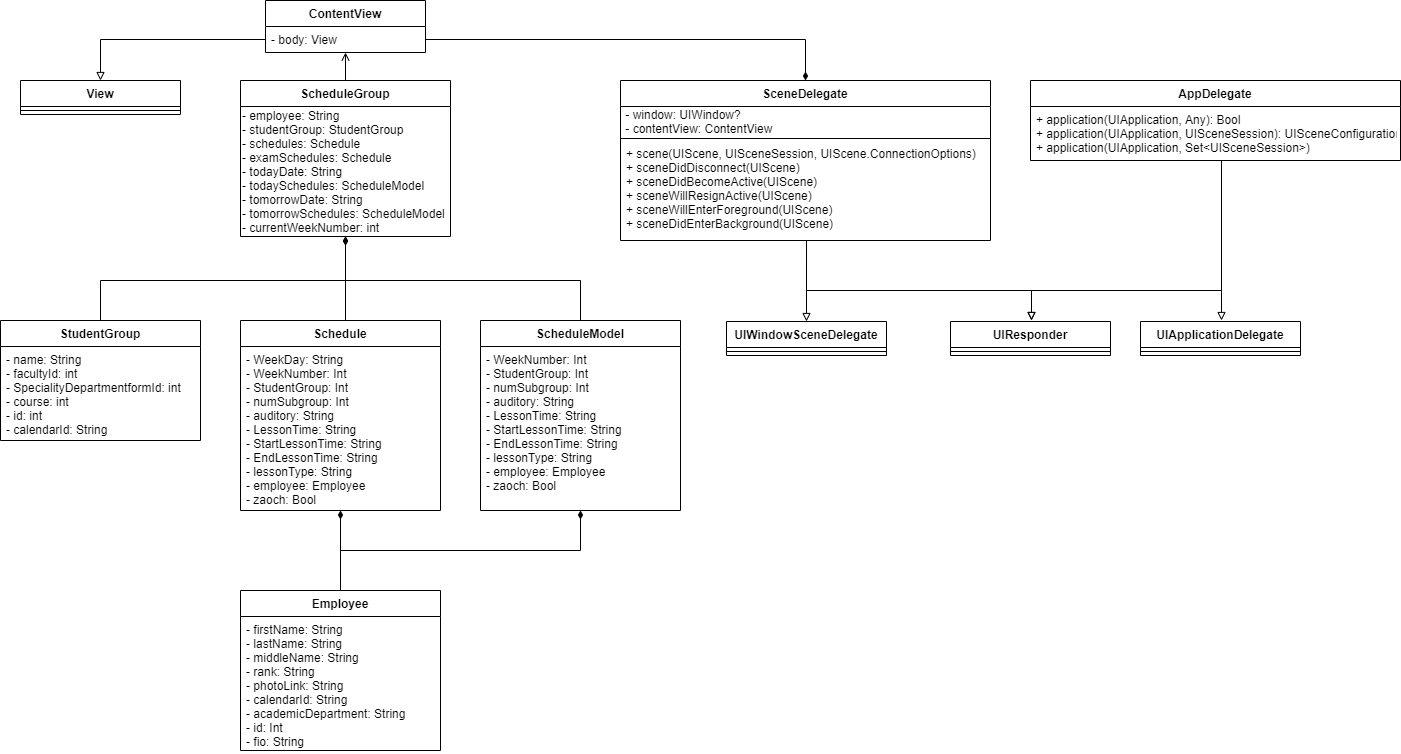
The draw.io diagram Diagrams/Class/Class.png in NightCamel/Schedule, before a commit. Source tidied: cells renumbered, new cells last; positions are measured from the earlier drawing's top-left corner, leaving out a move shared by most shapes.
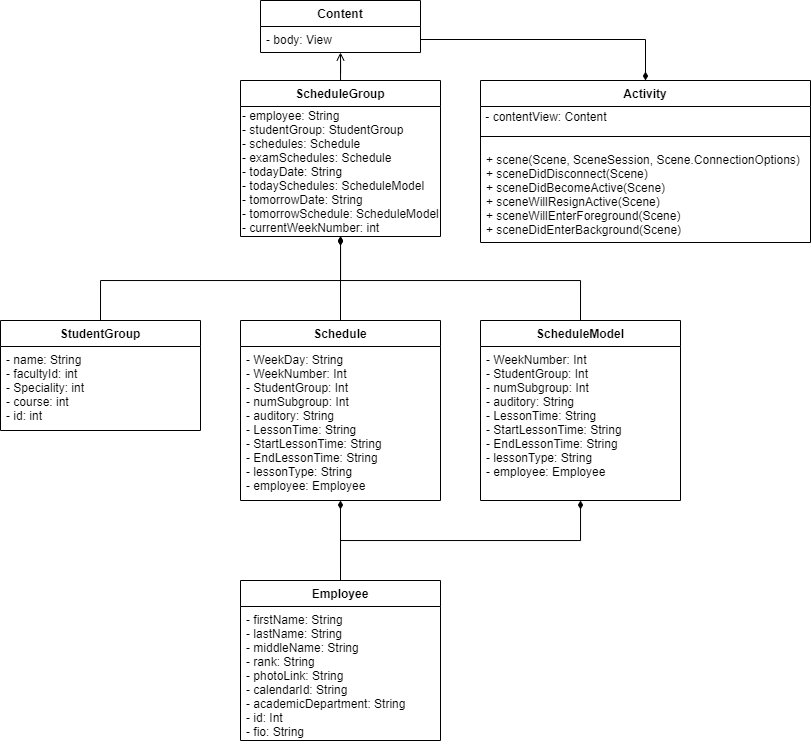
Later version of the same file.

The edit, as a diff of the source:
```diff
@@ -5,36 +5,25 @@
     <mxCell id="2" style="edgeStyle=orthogonalEdgeStyle;rounded=0;jettySize=auto;html=1;exitX=1;exitY=0.5;exitDx=0;exitDy=0;entryX=0.5;entryY=0;entryDx=0;entryDy=0;endArrow=diamondThin;endFill=1;verticalAlign=middle;" parent="1" edge="1" source="44" target="10">
       <mxGeometry relative="1" as="geometry" />
     </mxCell>
-    <mxCell id="3" style="edgeStyle=orthogonalEdgeStyle;rounded=0;jettySize=auto;html=1;exitX=0;exitY=0.5;exitDx=0;exitDy=0;entryX=0.5;entryY=0;entryDx=0;entryDy=0;endArrow=block;endFill=0;" parent="1" edge="1" source="44" target="41">
-      <mxGeometry relative="1" as="geometry" />
-    </mxCell>
     <mxCell id="4" style="edgeStyle=orthogonalEdgeStyle;rounded=0;jettySize=auto;html=1;entryX=0.5;entryY=1;entryDx=0;entryDy=0;endArrow=open;endFill=0;" parent="1" edge="1" source="27" target="43">
       <mxGeometry relative="1" as="geometry" />
     </mxCell>
-    <mxCell id="5" style="edgeStyle=orthogonalEdgeStyle;rounded=0;jettySize=auto;html=1;exitX=0.5;exitY=0;exitDx=0;exitDy=0;endArrow=diamondThin;endFill=1;entryX=0.5;entryY=1;entryDx=0;entryDy=0;" parent="1" edge="1" source="29" target="27">
+    <mxCell id="5" style="edgeStyle=orthogonalEdgeStyle;rounded=0;jettySize=auto;html=1;exitX=0.5;exitY=0;exitDx=0;exitDy=0;endArrow=diamondThin;endFill=1;" parent="1" edge="1" source="29" target="28">
       <mxGeometry relative="1" as="geometry">
         <Array as="points">
           <mxPoint x="100" y="280" />
-          <mxPoint x="345" y="280" />
+          <mxPoint x="340" y="280" />
         </Array>
       </mxGeometry>
     </mxCell>
-    <mxCell id="6" style="edgeStyle=orthogonalEdgeStyle;rounded=0;jettySize=auto;html=1;endArrow=none;endFill=0;entryX=0.501;entryY=1.001;entryDx=0;entryDy=0;entryPerimeter=0;exitX=0.5;exitY=0;exitDx=0;exitDy=0;" parent="1" edge="1" source="31" target="28">
-      <mxGeometry relative="1" as="geometry">
-        <Array as="points">
-          <mxPoint x="345" y="320" />
-          <mxPoint x="345" y="240" />
-        </Array>
-      </mxGeometry>
-    </mxCell>
     <mxCell id="7" style="edgeStyle=orthogonalEdgeStyle;rounded=0;jettySize=auto;html=1;endArrow=diamondThin;endFill=1;exitX=0.5;exitY=0;exitDx=0;exitDy=0;entryX=0.5;entryY=1;entryDx=0;entryDy=0;entryPerimeter=0;" parent="1" edge="1" source="39" target="32">
       <mxGeometry relative="1" as="geometry" />
     </mxCell>
     <mxCell id="8" style="edgeStyle=orthogonalEdgeStyle;rounded=0;jettySize=auto;html=1;endArrow=diamondThin;endFill=1;exitX=0.5;exitY=0;exitDx=0;exitDy=0;" parent="1" edge="1" source="39" target="38">
       <mxGeometry relative="1" as="geometry">
         <Array as="points">
-          <mxPoint x="340" y="550" />
-          <mxPoint x="580" y="550" />
+          <mxPoint x="340" y="540" />
+          <mxPoint x="580" y="540" />
         </Array>
       </mxGeometry>
     </mxCell>
@@ -42,104 +31,27 @@
       <mxGeometry relative="1" as="geometry">
         <Array as="points">
           <mxPoint x="580" y="280" />
-          <mxPoint x="345" y="280" />
+          <mxPoint x="340" y="280" />
         </Array>
       </mxGeometry>
     </mxCell>
-    <mxCell id="10" value="SceneDelegate" style="swimlane;fontStyle=1;align=center;verticalAlign=top;horizontal=1;startSize=26;" parent="1" vertex="1">
-      <mxGeometry x="620" y="80" width="370" height="160" as="geometry" />
-    </mxCell>
-    <mxCell id="11" value="&lt;div align=&quot;left&quot;&gt;&amp;nbsp;- window: UIWindow&lt;span class=&quot;pl-k&quot;&gt;?&lt;/span&gt;&lt;/div&gt;&lt;div&gt;&amp;nbsp;- contentView: &lt;span class=&quot;pl-c1&quot;&gt;ContentView&lt;/span&gt;&lt;/div&gt;" style="text;html=1;align=left;verticalAlign=middle;" parent="10" vertex="1">
-      <mxGeometry y="26" width="370" height="30" as="geometry" />
-    </mxCell>
-    <mxCell id="12" style="line;strokeWidth=1;fillColor=none;align=left;verticalAlign=middle;spacingTop=-1;spacingLeft=3;spacingRight=3;labelPosition=right;" parent="10" vertex="1">
-      <mxGeometry y="56" width="370" height="4" as="geometry" />
-    </mxCell>
-    <mxCell id="13" value="+ scene(UIScene, UISceneSession, UIScene.ConnectionOptions)&#10;+ sceneDidDisconnect(UIScene)&#10;+ sceneDidBecomeActive(UIScene)&#10;+ sceneWillResignActive(UIScene)&#10;+ sceneWillEnterForeground(UIScene)&#10;+ sceneDidEnterBackground(UIScene)&#10;" style="text;strokeColor=none;fillColor=none;align=left;verticalAlign=top;spacingLeft=4;spacingRight=4;overflow=hidden;points=[[0,0.5],[1,0.5]];portConstraint=eastwest;" parent="10" vertex="1">
-      <mxGeometry y="60" width="370" height="100" as="geometry" />
-    </mxCell>
-    <mxCell id="14" style="edgeStyle=orthogonalEdgeStyle;rounded=0;jettySize=auto;html=1;endArrow=block;endFill=0;entryX=0.5;entryY=0;entryDx=0;entryDy=0;" parent="1" edge="1" source="13" target="20">
-      <mxGeometry relative="1" as="geometry">
-        <Array as="points">
-          <mxPoint x="806" y="320" />
-          <mxPoint x="806" y="320" />
-        </Array>
-      </mxGeometry>
-    </mxCell>
-    <mxCell id="15" value="UIResponder" style="swimlane;fontStyle=1;align=center;verticalAlign=top;horizontal=1;startSize=26;" parent="1" vertex="1">
-      <mxGeometry x="950" y="321" width="160" height="34" as="geometry" />
-    </mxCell>
-    <mxCell id="16" style="line;strokeWidth=1;fillColor=none;align=left;verticalAlign=middle;spacingTop=-1;spacingLeft=3;spacingRight=3;labelPosition=right;" parent="15" vertex="1">
-      <mxGeometry y="26" width="160" height="8" as="geometry" />
-    </mxCell>
-    <mxCell id="17" value="AppDelegate" style="swimlane;fontStyle=1;align=center;verticalAlign=top;horizontal=1;startSize=26;" parent="1" vertex="1">
-      <mxGeometry x="1030" y="80" width="370" height="80" as="geometry" />
-    </mxCell>
-    <mxCell id="18" value="+ application(UIApplication, Any): Bool&#10;+ application(UIApplication, UISceneSession): UISceneConfiguration&#10;+ application(UIApplication, Set&lt;UISceneSession&gt;)&#10;" style="text;strokeColor=none;fillColor=none;align=left;verticalAlign=top;spacingLeft=4;spacingRight=4;overflow=hidden;" parent="17" vertex="1">
-      <mxGeometry y="26" width="370" height="54" as="geometry" />
-    </mxCell>
-    <mxCell id="19" style="line;strokeWidth=1;fillColor=none;align=left;verticalAlign=middle;spacingTop=-1;spacingLeft=3;spacingRight=3;labelPosition=right;" parent="17" vertex="1">
-      <mxGeometry y="80" width="370" as="geometry" />
-    </mxCell>
-    <mxCell id="20" value="UIWindowSceneDelegate" style="swimlane;fontStyle=1;align=center;verticalAlign=top;horizontal=1;startSize=26;" parent="1" vertex="1">
-      <mxGeometry x="726" y="321" width="160" height="34" as="geometry" />
-    </mxCell>
-    <mxCell id="21" style="line;strokeWidth=1;fillColor=none;align=left;verticalAlign=middle;spacingTop=-1;spacingLeft=3;spacingRight=3;labelPosition=right;" parent="20" vertex="1">
-      <mxGeometry y="26" width="160" height="8" as="geometry" />
-    </mxCell>
-    <mxCell id="22" style="edgeStyle=orthogonalEdgeStyle;rounded=0;orthogonalLoop=1;jettySize=auto;html=1;endArrow=block;endFill=0;" parent="1" edge="1">
-      <mxGeometry relative="1" as="geometry">
-        <mxPoint x="1221" y="160" as="sourcePoint" />
-        <mxPoint x="1221" y="320" as="targetPoint" />
-        <Array as="points">
-          <mxPoint x="1221" y="250" />
-          <mxPoint x="1221" y="250" />
-        </Array>
-      </mxGeometry>
-    </mxCell>
-    <mxCell id="23" value="UIApplicationDelegate" style="swimlane;fontStyle=1;align=center;verticalAlign=top;horizontal=1;startSize=26;" parent="1" vertex="1">
-      <mxGeometry x="1140" y="321" width="160" height="34" as="geometry" />
-    </mxCell>
-    <mxCell id="24" style="line;strokeWidth=1;fillColor=none;align=left;verticalAlign=middle;spacingTop=-1;spacingLeft=3;spacingRight=3;labelPosition=right;" parent="23" vertex="1">
-      <mxGeometry y="26" width="160" height="8" as="geometry" />
-    </mxCell>
-    <mxCell id="25" style="edgeStyle=orthogonalEdgeStyle;rounded=0;orthogonalLoop=1;jettySize=auto;html=1;endArrow=block;endFill=0;" parent="1" edge="1">
-      <mxGeometry relative="1" as="geometry">
-        <mxPoint x="806" y="240" as="sourcePoint" />
-        <mxPoint x="1031" y="320" as="targetPoint" />
-        <Array as="points">
-          <mxPoint x="806" y="290" />
-          <mxPoint x="1031" y="290" />
-        </Array>
-      </mxGeometry>
-    </mxCell>
-    <mxCell id="26" style="edgeStyle=orthogonalEdgeStyle;rounded=0;orthogonalLoop=1;jettySize=auto;html=1;endArrow=block;endFill=0;" parent="1" edge="1">
-      <mxGeometry relative="1" as="geometry">
-        <mxPoint x="1221" y="160" as="sourcePoint" />
-        <mxPoint x="1031" y="320" as="targetPoint" />
-        <Array as="points">
-          <mxPoint x="1221" y="290" />
-          <mxPoint x="1031" y="290" />
-        </Array>
-      </mxGeometry>
-    </mxCell>
     <mxCell id="27" value="ScheduleGroup&#10;" style="swimlane;fontStyle=1;align=center;verticalAlign=top;horizontal=1;startSize=26;" parent="1" vertex="1">
-      <mxGeometry x="240" y="80" width="210" height="156" as="geometry" />
+      <mxGeometry x="240" y="80" width="200" height="156" as="geometry" />
     </mxCell>
-    <mxCell id="28" value="&lt;div align=&quot;left&quot;&gt;- employee: String&lt;span class=&quot;pl-k&quot;&gt;&lt;/span&gt;&lt;/div&gt;&lt;div align=&quot;left&quot;&gt;- studentGroup: StudentGroup&amp;nbsp;&lt;/div&gt;&lt;div align=&quot;left&quot;&gt;- schedules: Schedule&lt;/div&gt;&lt;div align=&quot;left&quot;&gt;- examSchedules: Schedule&lt;/div&gt;&lt;div align=&quot;left&quot;&gt;- todayDate: String&lt;/div&gt;&lt;div align=&quot;left&quot;&gt;- todaySchedules: ScheduleModel&lt;/div&gt;&lt;div align=&quot;left&quot;&gt;- tomorrowDate: String&lt;/div&gt;&lt;div align=&quot;left&quot;&gt;- tomorrowSchedules: ScheduleModel&lt;/div&gt;&lt;div align=&quot;left&quot;&gt;- currentWeekNumber: int&lt;/div&gt;" style="text;html=1;align=left;verticalAlign=middle;points=[];" parent="27" vertex="1">
-      <mxGeometry y="26" width="210" height="130" as="geometry" />
+    <mxCell id="28" value="&lt;div align=&quot;left&quot;&gt;- employee: String&lt;span class=&quot;pl-k&quot;&gt;&lt;/span&gt;&lt;/div&gt;&lt;div align=&quot;left&quot;&gt;- studentGroup: StudentGroup&amp;nbsp;&lt;/div&gt;&lt;div align=&quot;left&quot;&gt;- schedules: Schedule&lt;/div&gt;&lt;div align=&quot;left&quot;&gt;- examSchedules: Schedule&lt;/div&gt;&lt;div align=&quot;left&quot;&gt;- todayDate: String&lt;/div&gt;&lt;div align=&quot;left&quot;&gt;- todaySchedules: ScheduleModel&lt;/div&gt;&lt;div align=&quot;left&quot;&gt;- tomorrowDate: String&lt;/div&gt;&lt;div align=&quot;left&quot;&gt;- tomorrowSchedule: ScheduleModel&lt;/div&gt;&lt;div align=&quot;left&quot;&gt;- currentWeekNumber: int&lt;/div&gt;" style="text;html=1;align=left;verticalAlign=middle;points=[];" parent="27" vertex="1">
+      <mxGeometry y="26" width="200" height="130" as="geometry" />
     </mxCell>
     <mxCell id="29" value="StudentGroup" style="swimlane;fontStyle=1;horizontal=1;startSize=26;fillColor=none;" parent="1" vertex="1">
-      <mxGeometry y="320" width="200" height="120" as="geometry" />
+      <mxGeometry y="320" width="200" height="110" as="geometry" />
     </mxCell>
-    <mxCell id="30" value="- name: String&#10;- facultyId: int&#10;- SpecialityDepartmentformId: int&#10;- course: int&#10;- id: int&#10;- calendarId: String" style="text;strokeColor=none;fillColor=none;align=left;verticalAlign=top;spacingLeft=4;spacingRight=4;overflow=hidden;" parent="29" vertex="1">
-      <mxGeometry y="26" width="200" height="94" as="geometry" />
+    <mxCell id="30" value="- name: String&#10;- facultyId: int&#10;- Speciality: int&#10;- course: int&#10;- id: int" style="text;strokeColor=none;fillColor=none;align=left;verticalAlign=top;spacingLeft=4;spacingRight=4;overflow=hidden;" parent="29" vertex="1">
+      <mxGeometry y="26" width="200" height="84" as="geometry" />
     </mxCell>
     <mxCell id="31" value="Schedule" style="swimlane;fontStyle=1;horizontal=1;startSize=26;fillColor=none;" parent="1" vertex="1">
-      <mxGeometry x="240" y="320" width="200" height="190" as="geometry" />
+      <mxGeometry x="240" y="320" width="200" height="180" as="geometry" />
     </mxCell>
-    <mxCell id="32" value="- WeekDay: String&#10;- WeekNumber: Int&#10;- StudentGroup: Int&#10;- numSubgroup: Int&#10;- auditory: String&#10;- LessonTime: String&#10;- StartLessonTime: String&#10;- EndLessonTime: String&#10;- lessonType: String&#10;- employee: Employee&#10;- zaoch: Bool" style="text;strokeColor=none;fillColor=none;align=left;verticalAlign=top;spacingLeft=4;spacingRight=4;overflow=hidden;points=[[0,0.5],[1,0.5]];portConstraint=eastwest;" parent="31" vertex="1">
-      <mxGeometry y="26" width="200" height="164" as="geometry" />
+    <mxCell id="32" value="- WeekDay: String&#10;- WeekNumber: Int&#10;- StudentGroup: Int&#10;- numSubgroup: Int&#10;- auditory: String&#10;- LessonTime: String&#10;- StartLessonTime: String&#10;- EndLessonTime: String&#10;- lessonType: String&#10;- employee: Employee" style="text;strokeColor=none;fillColor=none;align=left;verticalAlign=top;spacingLeft=4;spacingRight=4;overflow=hidden;points=[[0,0.5],[1,0.5]];portConstraint=eastwest;" parent="31" vertex="1">
+      <mxGeometry y="26" width="200" height="154" as="geometry" />
     </mxCell>
     <mxCell id="33" style="edgeStyle=orthogonalEdgeStyle;rounded=0;orthogonalLoop=1;jettySize=auto;html=1;exitX=1;exitY=0.5;exitDx=0;exitDy=0;" parent="31" edge="1" source="32" target="32">
       <mxGeometry relative="1" as="geometry" />
@@ -148,7 +60,7 @@
       <mxGeometry relative="1" as="geometry" />
     </mxCell>
     <mxCell id="35" value="ScheduleModel" style="swimlane;fontStyle=1;horizontal=1;startSize=26;fillColor=none;" parent="1" vertex="1">
-      <mxGeometry x="480" y="320" width="200" height="190" as="geometry" />
+      <mxGeometry x="480" y="320" width="200" height="180" as="geometry" />
     </mxCell>
     <mxCell id="36" style="edgeStyle=orthogonalEdgeStyle;rounded=0;orthogonalLoop=1;jettySize=auto;html=1;exitX=1;exitY=0.5;exitDx=0;exitDy=0;" parent="35" edge="1" source="38" target="38">
       <mxGeometry relative="1" as="geometry" />
@@ -156,26 +68,40 @@
     <mxCell id="37" style="edgeStyle=orthogonalEdgeStyle;rounded=0;orthogonalLoop=1;jettySize=auto;html=1;exitX=1;exitY=0.5;exitDx=0;exitDy=0;" parent="35" edge="1" source="38" target="38">
       <mxGeometry relative="1" as="geometry" />
     </mxCell>
-    <mxCell id="38" value="- WeekNumber: Int&#10;- StudentGroup: Int&#10;- numSubgroup: Int&#10;- auditory: String&#10;- LessonTime: String&#10;- StartLessonTime: String&#10;- EndLessonTime: String&#10;- lessonType: String&#10;- employee: Employee&#10;- zaoch: Bool" style="text;strokeColor=none;fillColor=none;align=left;verticalAlign=top;spacingLeft=4;spacingRight=4;overflow=hidden;points=[[0,0.5],[1,0.5]];portConstraint=eastwest;" parent="35" vertex="1">
-      <mxGeometry y="26" width="200" height="164" as="geometry" />
+    <mxCell id="38" value="- WeekNumber: Int&#10;- StudentGroup: Int&#10;- numSubgroup: Int&#10;- auditory: String&#10;- LessonTime: String&#10;- StartLessonTime: String&#10;- EndLessonTime: String&#10;- lessonType: String&#10;- employee: Employee" style="text;strokeColor=none;fillColor=none;align=left;verticalAlign=top;spacingLeft=4;spacingRight=4;overflow=hidden;points=[[0,0.5],[1,0.5]];portConstraint=eastwest;" parent="35" vertex="1">
+      <mxGeometry y="26" width="200" height="154" as="geometry" />
     </mxCell>
+    <mxCell id="10" value="Activity" style="swimlane;fontStyle=1;align=center;verticalAlign=top;horizontal=1;startSize=26;" parent="1" vertex="1">
+      <mxGeometry x="480" y="80" width="330" height="162" as="geometry" />
+    </mxCell>
+    <mxCell id="11" value="&lt;div align=&quot;left&quot;&gt;&lt;span&gt;&amp;nbsp;- contentView: &lt;/span&gt;&lt;span class=&quot;pl-c1&quot;&gt;Content&lt;/span&gt;&lt;br&gt;&lt;/div&gt;" style="text;html=1;align=left;verticalAlign=middle;" parent="10" vertex="1">
+      <mxGeometry y="26" width="330" height="20" as="geometry" />
+    </mxCell>
+    <mxCell id="12" style="line;strokeWidth=1;fillColor=none;align=left;verticalAlign=middle;spacingTop=-1;spacingLeft=3;spacingRight=3;labelPosition=right;" parent="10" vertex="1">
+      <mxGeometry y="46" width="330" height="20" as="geometry" />
+    </mxCell>
+    <mxCell id="13" value="+ scene(Scene, SceneSession, Scene.ConnectionOptions)&#10;+ sceneDidDisconnect(Scene)&#10;+ sceneDidBecomeActive(Scene)&#10;+ sceneWillResignActive(Scene)&#10;+ sceneWillEnterForeground(Scene)&#10;+ sceneDidEnterBackground(Scene)" style="text;strokeColor=none;fillColor=none;align=left;verticalAlign=top;spacingLeft=4;spacingRight=4;overflow=hidden;points=[[0,0.5],[1,0.5]];portConstraint=eastwest;" parent="10" vertex="1">
+      <mxGeometry y="66" width="330" height="96" as="geometry" />
+    </mxCell>
+    <mxCell id="43" value="Content" style="swimlane;fontStyle=1;align=center;verticalAlign=top;horizontal=1;startSize=26;" parent="1" vertex="1">
+      <mxGeometry x="260" width="160" height="52" as="geometry" />
+    </mxCell>
+    <mxCell id="44" value="- body: View" style="text;strokeColor=none;fillColor=none;align=left;verticalAlign=top;spacingLeft=4;spacingRight=4;overflow=hidden;points=[[0,0.5],[1,0.5]];portConstraint=eastwest;" parent="43" vertex="1">
+      <mxGeometry y="26" width="160" height="26" as="geometry" />
+    </mxCell>
+    <mxCell id="45" style="edgeStyle=orthogonalEdgeStyle;rounded=0;jettySize=auto;html=1;endArrow=diamondThin;endFill=1;" parent="1" edge="1" target="28">
+      <mxGeometry relative="1" as="geometry">
+        <mxPoint x="340" y="320" as="sourcePoint" />
+        <Array as="points">
+          <mxPoint x="340" y="320" />
+        </Array>
+      </mxGeometry>
+    </mxCell>
     <mxCell id="39" value="Employee" style="swimlane;fontStyle=1;horizontal=1;startSize=26;fillColor=none;" parent="1" vertex="1">
-      <mxGeometry x="240" y="590" width="200" height="160" as="geometry" />
+      <mxGeometry x="240" y="580" width="200" height="160" as="geometry" />
     </mxCell>
     <mxCell id="40" value="- firstName: String&#10;- lastName: String&#10;- middleName: String&#10;- rank: String&#10;- photoLink: String&#10;- calendarId: String&#10;- academicDepartment: String&#10;- id: Int&#10;- fio: String" style="text;strokeColor=none;fillColor=none;align=left;verticalAlign=top;spacingLeft=4;spacingRight=4;overflow=hidden;" parent="39" vertex="1">
       <mxGeometry y="26" width="200" height="134" as="geometry" />
     </mxCell>
-    <mxCell id="41" value="View" style="swimlane;fontStyle=1;align=center;verticalAlign=top;horizontal=1;startSize=26;" parent="1" vertex="1">
-      <mxGeometry x="20" y="80" width="160" height="34" as="geometry" />
-    </mxCell>
-    <mxCell id="42" style="line;strokeWidth=1;fillColor=none;align=left;verticalAlign=middle;spacingTop=-1;spacingLeft=3;spacingRight=3;labelPosition=right;" parent="41" vertex="1">
-      <mxGeometry y="26" width="160" height="8" as="geometry" />
-    </mxCell>
-    <mxCell id="43" value="ContentView" style="swimlane;fontStyle=1;align=center;verticalAlign=top;horizontal=1;startSize=26;" parent="1" vertex="1">
-      <mxGeometry x="265" width="160" height="52" as="geometry" />
-    </mxCell>
-    <mxCell id="44" value="- body: View" style="text;strokeColor=none;fillColor=none;align=left;verticalAlign=top;spacingLeft=4;spacingRight=4;overflow=hidden;points=[[0,0.5],[1,0.5]];portConstraint=eastwest;" parent="43" vertex="1">
-      <mxGeometry y="26" width="160" height="26" as="geometry" />
-    </mxCell>
   </root>
 </mxGraphModel>
```
